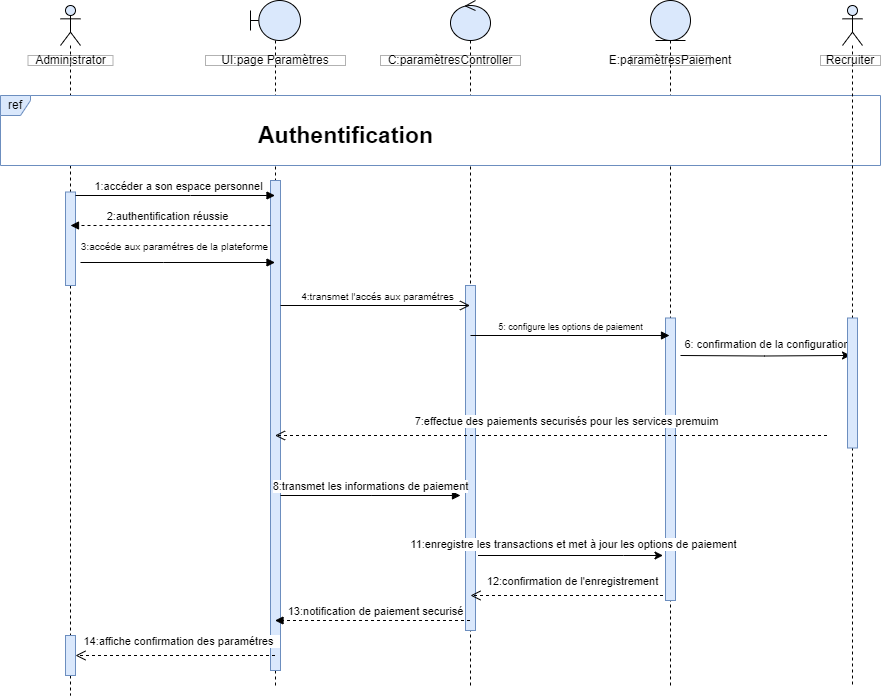
Before: Diagramme sequence options de paiement .drawio.png, a diagram exported from draw.io (chirine1/-project). Source tidied: cells renumbered, new cells last; positions are measured from the earlier drawing's top-left corner, leaving out a move shared by most shapes.
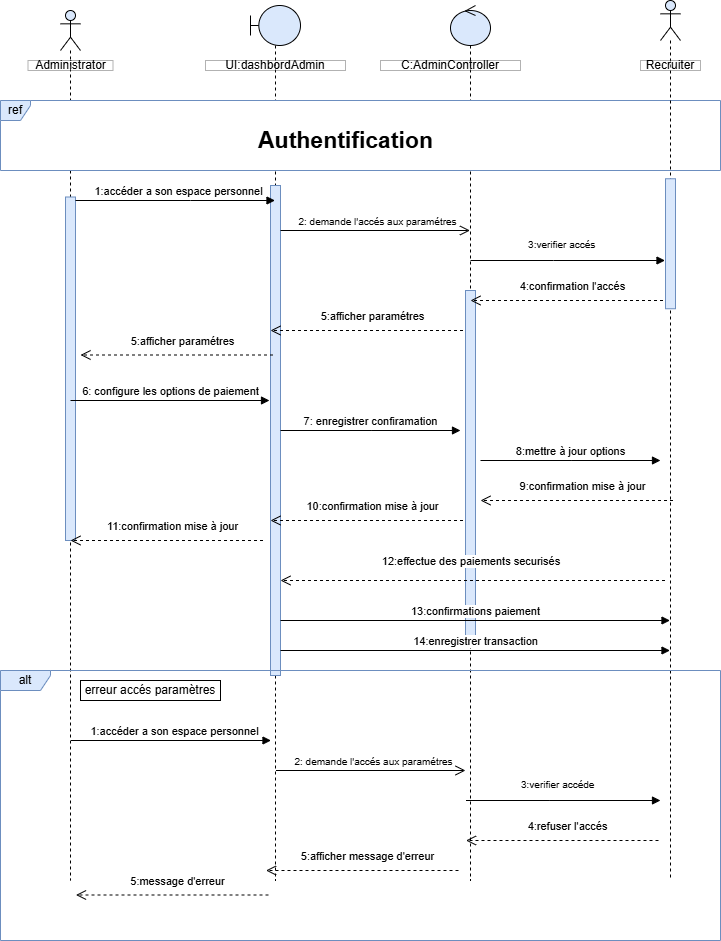
The same diagram one commit later.

Commit message:
Mettre à jour Diagramme sequence options de paiement .drawio.png

The edit, as a diff of the source:
```diff
@@ -5,3 +5,3 @@
     <mxCell id="2" style="shape=umlLifeline;perimeter=lifelinePerimeter;whiteSpace=wrap;html=1;outlineConnect=0;portConstraint=eastwest;newEdgeStyle={&quot;curved&quot;:0,&quot;rounded&quot;:0};participant=umlBoundary;fillColor=#dae8fc;strokeColor=default;" parent="1" vertex="1">
-      <mxGeometry x="250" width="50" height="685" as="geometry" />
+      <mxGeometry x="250" width="50" height="875" as="geometry" />
     </mxCell>
@@ -10,10 +10,4 @@
     </mxCell>
-    <mxCell id="4" style="shape=umlLifeline;perimeter=lifelinePerimeter;whiteSpace=wrap;html=1;newEdgeStyle={&quot;curved&quot;:0,&quot;rounded&quot;:0};participant=umlEntity;fillColor=#dae8fc;strokeColor=default;" parent="1" vertex="1">
-      <mxGeometry x="650" width="40" height="685" as="geometry" />
-    </mxCell>
-    <mxCell id="5" style="html=1;perimeter=orthogonalPerimeter;targetShapes=umlLifeline;newEdgeStyle={&quot;curved&quot;:0,&quot;rounded&quot;:0};fillColor=#dae8fc;strokeColor=#6c8ebf;" parent="4" vertex="1">
-      <mxGeometry x="15" y="317.5" width="10" height="282.5" as="geometry" />
-    </mxCell>
     <mxCell id="6" style="shape=umlLifeline;perimeter=lifelinePerimeter;whiteSpace=wrap;html=1;outlineConnect=0;portConstraint=eastwest;newEdgeStyle={&quot;curved&quot;:0,&quot;rounded&quot;:0};participant=umlControl;fillColor=#dae8fc;strokeColor=default;" parent="1" vertex="1">
-      <mxGeometry x="450" width="40" height="685" as="geometry" />
+      <mxGeometry x="450" width="40" height="875" as="geometry" />
     </mxCell>
@@ -23,21 +17,13 @@
     <mxCell id="8" style="shape=umlLifeline;perimeter=lifelinePerimeter;whiteSpace=wrap;html=1;newEdgeStyle={&quot;curved&quot;:0,&quot;rounded&quot;:0};participant=umlActor;fillColor=#dae8fc;strokeColor=default;" parent="1" vertex="1">
-      <mxGeometry x="60" y="5" width="20" height="690" as="geometry" />
+      <mxGeometry x="60" y="5" width="20" height="870" as="geometry" />
     </mxCell>
     <mxCell id="9" style="html=1;perimeter=orthogonalPerimeter;targetShapes=umlLifeline;newEdgeStyle={&quot;curved&quot;:0,&quot;rounded&quot;:0};fillColor=#dae8fc;strokeColor=#6c8ebf;" parent="8" vertex="1">
-      <mxGeometry x="5" y="186.5" width="10" height="93.5" as="geometry" />
+      <mxGeometry x="5" y="186.5" width="10" height="343.5" as="geometry" />
     </mxCell>
-    <mxCell id="10" style="html=1;perimeter=orthogonalPerimeter;targetShapes=umlLifeline;newEdgeStyle={&quot;curved&quot;:0,&quot;rounded&quot;:0};fillColor=#dae8fc;strokeColor=#6c8ebf;" parent="8" vertex="1">
-      <mxGeometry x="5" y="630" width="10" height="40" as="geometry" />
-    </mxCell>
-    <mxCell id="11" value="7:effectue des paiements securisés pour les services premuim" style="html=1;verticalAlign=bottom;endArrow=open;dashed=1;endSize=8;curved=0;rounded=0;" parent="1" edge="1">
-      <mxGeometry x="-0.05" y="-5" relative="1" as="geometry">
-        <mxPoint x="826.5" y="435" as="sourcePoint" />
-        <mxPoint x="274.5" y="435" as="targetPoint" />
+    <mxCell id="11" value="12:effectue des paiements securisés&amp;nbsp;" style="html=1;verticalAlign=bottom;endArrow=open;dashed=1;endSize=8;curved=0;rounded=0;" parent="1" edge="1">
+      <mxGeometry y="-10" relative="1" as="geometry">
+        <mxPoint x="664.5" y="575" as="sourcePoint" />
+        <mxPoint x="280" y="575" as="targetPoint" />
       </mxGeometry>
     </mxCell>
-    <mxCell id="12" value="2:authentification réussie" style="html=1;verticalAlign=bottom;endArrow=block;curved=0;rounded=0;dashed=1;" parent="1" edge="1" source="3">
-      <mxGeometry x="0.03" relative="1" as="geometry">
-        <mxPoint x="70" y="225" as="targetPoint" />
-      </mxGeometry>
-    </mxCell>
     <mxCell id="13" value="Administrator" style="html=1;whiteSpace=wrap;opacity=30;gradientColor=none;fillColor=default;fillStyle=auto;rounded=0;" parent="1" vertex="1">
@@ -45,11 +31,8 @@
     </mxCell>
-    <mxCell id="14" value="UI:page Paramètres" style="html=1;whiteSpace=wrap;opacity=30;gradientColor=none;fillColor=default;fillStyle=auto;rounded=0;" parent="1" vertex="1">
+    <mxCell id="14" value="UI:dashbordAdmin" style="html=1;whiteSpace=wrap;opacity=30;gradientColor=none;fillColor=default;fillStyle=auto;rounded=0;" parent="1" vertex="1">
       <mxGeometry x="205" y="55" width="140" height="10" as="geometry" />
     </mxCell>
-    <mxCell id="15" value="C:paramètresController" style="html=1;whiteSpace=wrap;opacity=30;gradientColor=none;fillColor=default;fillStyle=auto;rounded=0;" parent="1" vertex="1">
+    <mxCell id="15" value="C:AdminController" style="html=1;whiteSpace=wrap;opacity=30;gradientColor=none;fillColor=default;fillStyle=auto;rounded=0;" parent="1" vertex="1">
       <mxGeometry x="380" y="55" width="140" height="10" as="geometry" />
     </mxCell>
-    <mxCell id="16" value="E:paramètresPaiement" style="html=1;whiteSpace=wrap;opacity=30;gradientColor=none;fillColor=default;fillStyle=auto;rounded=0;" parent="1" vertex="1">
-      <mxGeometry x="630" y="55" width="80" height="10" as="geometry" />
-    </mxCell>
     <mxCell id="17" value="1:accéder a son espace personnel" style="html=1;verticalAlign=bottom;endArrow=block;curved=0;rounded=0;" parent="1" edge="1" target="2">
@@ -63,9 +46,10 @@
     <mxCell id="18" value="ref" style="shape=umlFrame;whiteSpace=wrap;html=1;fillColor=#dae8fc;strokeColor=#6c8ebf;width=30;height=20;swimlaneFillColor=default;" parent="1" vertex="1">
-      <mxGeometry y="95" width="880" height="70" as="geometry" />
+      <mxGeometry y="95" width="720" height="70" as="geometry" />
     </mxCell>
-    <mxCell id="19" value="&lt;font style=&quot;font-size: 10px;&quot;&gt;&lt;font style=&quot;font-size: 10px;&quot;&gt;3:&lt;/font&gt;&lt;font style=&quot;font-size: 10px;&quot;&gt;accéde aux paramétres de la plateforme&lt;/font&gt;&lt;/font&gt;" style="html=1;verticalAlign=bottom;endArrow=block;curved=0;rounded=0;" parent="1" edge="1" target="2">
+    <mxCell id="19" value="&lt;font style=&quot;font-size: 10px;&quot;&gt;&lt;font style=&quot;font-size: 10px;&quot;&gt;3:verifier&amp;nbsp;&lt;/font&gt;&lt;font style=&quot;font-size: 10px;&quot;&gt;accés&amp;nbsp;&amp;nbsp;&lt;/font&gt;&lt;/font&gt;" style="html=1;verticalAlign=bottom;endArrow=block;curved=0;rounded=0;" parent="1" edge="1">
       <mxGeometry x="-0.03" y="7" relative="1" as="geometry">
-        <mxPoint x="80" y="262" as="sourcePoint" />
+        <mxPoint x="470" y="255" as="sourcePoint" />
+        <mxPoint x="664.5" y="255" as="targetPoint" />
         <Array as="points">
-          <mxPoint x="163.1" y="262" />
+          <mxPoint x="553.1" y="255" />
         </Array>
@@ -76,78 +60,137 @@
     </mxCell>
-    <mxCell id="21" value="&lt;font style=&quot;font-size: 9px;&quot;&gt;5: configure les options de paiement&lt;/font&gt;" style="html=1;verticalAlign=bottom;endArrow=block;curved=0;rounded=0;" parent="1" edge="1">
+    <mxCell id="21" value="&lt;font style=&quot;font-size: 11px;&quot;&gt;6: configure les options de paiement&lt;/font&gt;" style="html=1;verticalAlign=bottom;endArrow=block;curved=0;rounded=0;" parent="1" edge="1">
       <mxGeometry relative="1" as="geometry">
-        <mxPoint x="470" y="335" as="sourcePoint" />
-        <mxPoint x="669" y="335" as="targetPoint" />
+        <mxPoint x="70" y="395" as="sourcePoint" />
+        <mxPoint x="269" y="395" as="targetPoint" />
       </mxGeometry>
     </mxCell>
-    <mxCell id="22" value="8:transmet les informations de paiement" style="html=1;verticalAlign=bottom;endArrow=block;curved=0;rounded=0;" parent="1" edge="1">
+    <mxCell id="22" value="13:confirmations paiement" style="html=1;verticalAlign=bottom;endArrow=block;curved=0;rounded=0;" parent="1" edge="1">
       <mxGeometry relative="1" as="geometry">
-        <mxPoint x="280" y="495" as="sourcePoint" />
-        <mxPoint x="460" y="495" as="targetPoint" />
-        <Array as="points">
-          <mxPoint x="370.6" y="495" />
-        </Array>
+        <mxPoint x="280" y="615" as="sourcePoint" />
+        <mxPoint x="669.5" y="615" as="targetPoint" />
       </mxGeometry>
     </mxCell>
-    <mxCell id="23" value="&lt;div style=&quot;text-align: left;&quot;&gt;12:confirmation de l'enregistrement&lt;/div&gt;" style="html=1;verticalAlign=bottom;endArrow=open;dashed=1;endSize=8;curved=0;rounded=0;" parent="1" edge="1">
-      <mxGeometry x="-0.06" y="-5" relative="1" as="geometry">
-        <mxPoint x="662.5" y="595" as="sourcePoint" />
-        <mxPoint x="470" y="595" as="targetPoint" />
-      </mxGeometry>
-    </mxCell>
-    <mxCell id="24" value="&lt;font style=&quot;font-size: 10px;&quot;&gt;4:transmet l'accés aux paramétres&lt;/font&gt;" style="html=1;verticalAlign=bottom;endArrow=open;endSize=8;curved=0;rounded=0;" parent="1" edge="1" target="6">
+    <mxCell id="24" value="&lt;font style=&quot;font-size: 10px;&quot;&gt;2: demande l'accés aux paramétres&lt;/font&gt;" style="html=1;verticalAlign=bottom;endArrow=open;endSize=8;curved=0;rounded=0;" parent="1" edge="1">
       <mxGeometry x="0.03" relative="1" as="geometry">
-        <mxPoint x="280" y="305" as="sourcePoint" />
+        <mxPoint x="280" y="225" as="sourcePoint" />
+        <mxPoint x="469.5" y="225" as="targetPoint" />
       </mxGeometry>
     </mxCell>
-    <mxCell id="25" style="edgeStyle=orthogonalEdgeStyle;rounded=0;orthogonalLoop=1;jettySize=auto;html=1;curved=0;" parent="1" edge="1">
-      <mxGeometry relative="1" as="geometry">
-        <mxPoint x="477.5" y="555" as="sourcePoint" />
-        <mxPoint x="662.5" y="555" as="targetPoint" />
-        <Array as="points">
-          <mxPoint x="623" y="555" />
-          <mxPoint x="623" y="555" />
-        </Array>
-      </mxGeometry>
-    </mxCell>
-    <mxCell id="26" value="11:enregistre les transactions et met à jour les options de paiement" style="edgeLabel;html=1;align=center;verticalAlign=middle;" parent="25" vertex="1">
-      <mxGeometry x="-0.03" y="-1" relative="1" as="geometry">
-        <mxPoint x="6" y="-13" as="offset" />
-      </mxGeometry>
-    </mxCell>
-    <mxCell id="27" value="13:notification de paiement securisé" style="html=1;verticalAlign=bottom;endArrow=block;curved=0;rounded=0;dashed=1;" parent="1" edge="1" source="6" target="2">
-      <mxGeometry x="-0.02" relative="1" as="geometry">
-        <Array as="points">
-          <mxPoint x="343.1" y="620" />
-        </Array>
-      </mxGeometry>
-    </mxCell>
-    <mxCell id="28" value="&lt;div style=&quot;text-align: left;&quot;&gt;14:affiche confirmation des paramétres&amp;nbsp;&amp;nbsp;&lt;/div&gt;" style="html=1;verticalAlign=bottom;endArrow=open;dashed=1;endSize=8;curved=0;rounded=0;" parent="1" edge="1">
-      <mxGeometry x="-0.06" y="-5" relative="1" as="geometry">
-        <mxPoint x="274.5" y="655" as="sourcePoint" />
-        <mxPoint x="75" y="655" as="targetPoint" />
-        <Array as="points">
-          <mxPoint x="140" y="655" />
-        </Array>
-      </mxGeometry>
-    </mxCell>
     <mxCell id="29" style="shape=umlLifeline;perimeter=lifelinePerimeter;whiteSpace=wrap;html=1;newEdgeStyle={&quot;curved&quot;:0,&quot;rounded&quot;:0};participant=umlActor;fillColor=#dae8fc;strokeColor=default;" parent="1" vertex="1">
-      <mxGeometry x="842" y="5" width="20" height="680" as="geometry" />
+      <mxGeometry x="660" y="-5" width="20" height="880" as="geometry" />
     </mxCell>
+    <mxCell id="33" style="html=1;points=[[0,0,0,0,5],[0,1,0,0,-5],[1,0,0,0,5],[1,1,0,0,-5]];perimeter=orthogonalPerimeter;outlineConnect=0;targetShapes=umlLifeline;portConstraint=eastwest;newEdgeStyle={&quot;curved&quot;:0,&quot;rounded&quot;:0};fillColor=#dae8fc;strokeColor=#6c8ebf;" parent="29" vertex="1">
+      <mxGeometry x="5" y="178.2" width="10" height="130" as="geometry" />
+    </mxCell>
     <mxCell id="30" value="Recruiter" style="html=1;whiteSpace=wrap;opacity=30;gradientColor=none;fillColor=default;fillStyle=auto;rounded=0;" parent="1" vertex="1">
-      <mxGeometry x="820" y="55" width="60" height="10" as="geometry" />
+      <mxGeometry x="640" y="55" width="60" height="10" as="geometry" />
     </mxCell>
-    <mxCell id="31" style="edgeStyle=orthogonalEdgeStyle;rounded=0;jettySize=auto;html=1;curved=0;entryX=0.3;entryY=0.288;entryDx=0;entryDy=0;entryPerimeter=0;" parent="1" edge="1" target="33">
-      <mxGeometry relative="1" as="geometry">
-        <mxPoint x="680" y="355" as="sourcePoint" />
-      </mxGeometry>
-    </mxCell>
-    <mxCell id="32" value="6: confirmation de la configuration&amp;nbsp;" style="edgeLabel;html=1;align=center;verticalAlign=middle;" parent="31" vertex="1">
-      <mxGeometry x="-0.03" y="-1" relative="1" as="geometry">
-        <mxPoint x="6" y="-13" as="offset" />
-      </mxGeometry>
-    </mxCell>
-    <mxCell id="33" style="html=1;points=[[0,0,0,0,5],[0,1,0,0,-5],[1,0,0,0,5],[1,1,0,0,-5]];perimeter=orthogonalPerimeter;outlineConnect=0;targetShapes=umlLifeline;portConstraint=eastwest;newEdgeStyle={&quot;curved&quot;:0,&quot;rounded&quot;:0};fillColor=#dae8fc;strokeColor=#6c8ebf;" parent="1" vertex="1">
-      <mxGeometry x="847" y="317.5" width="10" height="130" as="geometry" />
-    </mxCell>
+    <mxCell id="34" value="&lt;div style=&quot;text-align: left;&quot;&gt;4:confirmation l'accé&lt;span style=&quot;background-color: rgb(251, 251, 251); color: rgba(0, 0, 0, 0); font-family: monospace; font-size: 0px;&quot;&gt;%3CmxGraphModel%3E%3Croot%3E%3CmxCell%20id%3D%220%22%2F%3E%3CmxCell%20id%3D%221%22%20parent%3D%220%22%2F%3E%3CmxCell%20id%3D%222%22%20value%3D%22%26lt%3Bdiv%20style%3D%26quot%3Btext-align%3A%20left%3B%26quot%3B%26gt%3B12%3Aconfirmation%20de%20l'enregistrement%26lt%3B%2Fdiv%26gt%3B%22%20style%3D%22html%3D1%3BverticalAlign%3Dbottom%3BendArrow%3Dopen%3Bdashed%3D1%3BendSize%3D8%3Bcurved%3D0%3Brounded%3D0%3B%22%20edge%3D%221%22%20parent%3D%221%22%3E%3CmxGeometry%20x%3D%22-0.0588%22%20y%3D%22-5%22%20relative%3D%221%22%20as%3D%22geometry%22%3E%3CmxPoint%20x%3D%22672.5%22%20y%3D%22-500%22%20as%3D%22sourcePoint%22%2F%3E%3CmxPoint%20x%3D%22480%22%20y%3D%22-500%22%20as%3D%22targetPoint%22%2F%3E%3CmxPoint%20as%3D%22offset%22%2F%3E%3C%2FmxGeometry%3E%3C%2FmxCell%3E%3C%2Froot%3E%3C%2FmxGraphModel%3E&lt;/span&gt;s&lt;/div&gt;" style="html=1;verticalAlign=bottom;endArrow=open;dashed=1;endSize=8;curved=0;rounded=0;" parent="1" edge="1">
+      <mxGeometry x="-0.06" y="-5" relative="1" as="geometry">
+        <mxPoint x="662.5" y="295" as="sourcePoint" />
+        <mxPoint x="470" y="295" as="targetPoint" />
+      </mxGeometry>
+    </mxCell>
+    <mxCell id="35" value="&lt;div style=&quot;text-align: left;&quot;&gt;5:afficher paramétres&lt;/div&gt;" style="html=1;verticalAlign=bottom;endArrow=open;dashed=1;endSize=8;curved=0;rounded=0;" parent="1" edge="1">
+      <mxGeometry x="-0.06" y="-5" relative="1" as="geometry">
+        <mxPoint x="462.5" y="325" as="sourcePoint" />
+        <mxPoint x="270" y="325" as="targetPoint" />
+      </mxGeometry>
+    </mxCell>
+    <mxCell id="36" value="&lt;div style=&quot;text-align: left;&quot;&gt;5:afficher paramétres&lt;/div&gt;" style="html=1;verticalAlign=bottom;endArrow=open;dashed=1;endSize=8;curved=0;rounded=0;" parent="1" edge="1">
+      <mxGeometry x="-0.06" y="-5" relative="1" as="geometry">
+        <mxPoint x="272.5" y="349.5" as="sourcePoint" />
+        <mxPoint x="80" y="349.5" as="targetPoint" />
+      </mxGeometry>
+    </mxCell>
+    <mxCell id="37" value="7: enregistrer confiramation" style="html=1;verticalAlign=bottom;endArrow=block;curved=0;rounded=0;" parent="1" edge="1">
+      <mxGeometry relative="1" as="geometry">
+        <mxPoint x="280" y="425" as="sourcePoint" />
+        <mxPoint x="460" y="425" as="targetPoint" />
+        <Array as="points">
+          <mxPoint x="370.6" y="425" />
+        </Array>
+      </mxGeometry>
+    </mxCell>
+    <mxCell id="38" value="8:mettre à jour options" style="html=1;verticalAlign=bottom;endArrow=block;curved=0;rounded=0;" parent="1" edge="1">
+      <mxGeometry relative="1" as="geometry">
+        <mxPoint x="480" y="455" as="sourcePoint" />
+        <mxPoint x="660" y="455" as="targetPoint" />
+        <Array as="points">
+          <mxPoint x="570.6" y="455" />
+        </Array>
+      </mxGeometry>
+    </mxCell>
+    <mxCell id="39" value="&lt;div style=&quot;text-align: left;&quot;&gt;9:confirmation mise à jour&lt;/div&gt;" style="html=1;verticalAlign=bottom;endArrow=open;dashed=1;endSize=8;curved=0;rounded=0;" parent="1" edge="1">
+      <mxGeometry x="-0.06" y="-5" relative="1" as="geometry">
+        <mxPoint x="672.5" y="495" as="sourcePoint" />
+        <mxPoint x="480" y="495" as="targetPoint" />
+      </mxGeometry>
+    </mxCell>
+    <mxCell id="40" value="&lt;div style=&quot;text-align: left;&quot;&gt;10:confirmation mise à jour&lt;/div&gt;" style="html=1;verticalAlign=bottom;endArrow=open;dashed=1;endSize=8;curved=0;rounded=0;" parent="1" edge="1">
+      <mxGeometry x="-0.06" y="-5" relative="1" as="geometry">
+        <mxPoint x="462.5" y="515" as="sourcePoint" />
+        <mxPoint x="270" y="515" as="targetPoint" />
+      </mxGeometry>
+    </mxCell>
+    <mxCell id="41" value="&lt;div style=&quot;text-align: left;&quot;&gt;11:confirmation mise à jour&lt;/div&gt;" style="html=1;verticalAlign=bottom;endArrow=open;dashed=1;endSize=8;curved=0;rounded=0;" parent="1" edge="1">
+      <mxGeometry x="-0.06" y="-5" relative="1" as="geometry">
+        <mxPoint x="262.5" y="535" as="sourcePoint" />
+        <mxPoint x="70" y="535" as="targetPoint" />
+      </mxGeometry>
+    </mxCell>
+    <mxCell id="42" value="14:enregistrer transaction" style="html=1;verticalAlign=bottom;endArrow=block;curved=0;rounded=0;" parent="1" edge="1">
+      <mxGeometry relative="1" as="geometry">
+        <mxPoint x="280" y="645" as="sourcePoint" />
+        <mxPoint x="669.5" y="645" as="targetPoint" />
+      </mxGeometry>
+    </mxCell>
+    <mxCell id="43" value="alt" style="shape=umlFrame;whiteSpace=wrap;html=1;width=50;height=20;fillColor=#dae8fc;strokeColor=#6c8ebf;" parent="1" vertex="1">
+      <mxGeometry y="665" width="720" height="270" as="geometry" />
+    </mxCell>
+    <mxCell id="44" value="1:accéder a son espace personnel" style="html=1;verticalAlign=bottom;endArrow=block;curved=0;rounded=0;" parent="1" edge="1">
+      <mxGeometry x="0.03" relative="1" as="geometry">
+        <mxPoint x="70.5" y="735" as="sourcePoint" />
+        <mxPoint x="270.5" y="735" as="targetPoint" />
+        <Array as="points">
+          <mxPoint x="185.5" y="735" />
+        </Array>
+      </mxGeometry>
+    </mxCell>
+    <mxCell id="45" value="&lt;font style=&quot;font-size: 10px;&quot;&gt;&lt;font style=&quot;font-size: 10px;&quot;&gt;3:verifier&amp;nbsp;&lt;/font&gt;&lt;font style=&quot;font-size: 10px;&quot;&gt;accéde&amp;nbsp;&amp;nbsp;&lt;/font&gt;&lt;/font&gt;" style="html=1;verticalAlign=bottom;endArrow=block;curved=0;rounded=0;" parent="1" edge="1">
+      <mxGeometry x="-0.03" y="7" relative="1" as="geometry">
+        <mxPoint x="465.5" y="795" as="sourcePoint" />
+        <mxPoint x="660" y="795" as="targetPoint" />
+        <Array as="points">
+          <mxPoint x="548.6" y="795" />
+        </Array>
+      </mxGeometry>
+    </mxCell>
+    <mxCell id="46" value="&lt;font style=&quot;font-size: 10px;&quot;&gt;2: demande l'accés aux paramétres&lt;/font&gt;" style="html=1;verticalAlign=bottom;endArrow=open;endSize=8;curved=0;rounded=0;" parent="1" edge="1">
+      <mxGeometry x="0.03" relative="1" as="geometry">
+        <mxPoint x="275.5" y="765" as="sourcePoint" />
+        <mxPoint x="465" y="765" as="targetPoint" />
+      </mxGeometry>
+    </mxCell>
+    <mxCell id="47" value="&lt;div style=&quot;text-align: left;&quot;&gt;4:refuser l'accé&lt;span style=&quot;background-color: rgb(251, 251, 251); color: rgba(0, 0, 0, 0); font-family: monospace; font-size: 0px;&quot;&gt;%3CmxGraphModel%3E%3Croot%3E%3CmxCell%20id%3D%220%22%2F%3E%3CmxCell%20id%3D%221%22%20parent%3D%220%22%2F%3E%3CmxCell%20id%3D%222%22%20value%3D%22%26lt%3Bdiv%20style%3D%26quot%3Btext-align%3A%20left%3B%26quot%3B%26gt%3B12%3Aconfirmation%20de%20l'enregistrement%26lt%3B%2Fdiv%26gt%3B%22%20style%3D%22html%3D1%3BverticalAlign%3Dbottom%3BendArrow%3Dopen%3Bdashed%3D1%3BendSize%3D8%3Bcurved%3D0%3Brounded%3D0%3B%22%20edge%3D%221%22%20parent%3D%221%22%3E%3CmxGeometry%20x%3D%22-0.0588%22%20y%3D%22-5%22%20relative%3D%221%22%20as%3D%22geometry%22%3E%3CmxPoint%20x%3D%22672.5%22%20y%3D%22-500%22%20as%3D%22sourcePoint%22%2F%3E%3CmxPoint%20x%3D%22480%22%20y%3D%22-500%22%20as%3D%22targetPoint%22%2F%3E%3CmxPoint%20as%3D%22offset%22%2F%3E%3C%2FmxGeometry%3E%3C%2FmxCell%3E%3C%2Froot%3E%3C%2FmxGraphModel%3E&lt;/span&gt;s&lt;/div&gt;" style="html=1;verticalAlign=bottom;endArrow=open;dashed=1;endSize=8;curved=0;rounded=0;" parent="1" edge="1">
+      <mxGeometry x="-0.06" y="-5" relative="1" as="geometry">
+        <mxPoint x="658" y="835" as="sourcePoint" />
+        <mxPoint x="465.5" y="835" as="targetPoint" />
+      </mxGeometry>
+    </mxCell>
+    <mxCell id="48" value="&lt;div style=&quot;text-align: left;&quot;&gt;5:afficher message d'erreur&lt;/div&gt;" style="html=1;verticalAlign=bottom;endArrow=open;dashed=1;endSize=8;curved=0;rounded=0;" parent="1" edge="1">
+      <mxGeometry x="-0.06" y="-5" relative="1" as="geometry">
+        <mxPoint x="458" y="865" as="sourcePoint" />
+        <mxPoint x="265.5" y="865" as="targetPoint" />
+      </mxGeometry>
+    </mxCell>
+    <mxCell id="49" value="&lt;div style=&quot;text-align: left;&quot;&gt;5:message d'erreur&lt;/div&gt;" style="html=1;verticalAlign=bottom;endArrow=open;dashed=1;endSize=8;curved=0;rounded=0;" parent="1" edge="1">
+      <mxGeometry x="-0.06" y="-5" relative="1" as="geometry">
+        <mxPoint x="268" y="889.5" as="sourcePoint" />
+        <mxPoint x="75.5" y="889.5" as="targetPoint" />
+      </mxGeometry>
+    </mxCell>
+    <mxCell id="50" value="erreur accés paramètres" style="fontStyle=0;html=1;whiteSpace=wrap;" parent="1" vertex="1">
+      <mxGeometry x="80" y="675" width="140" height="20" as="geometry" />
+    </mxCell>
   </root>
```
